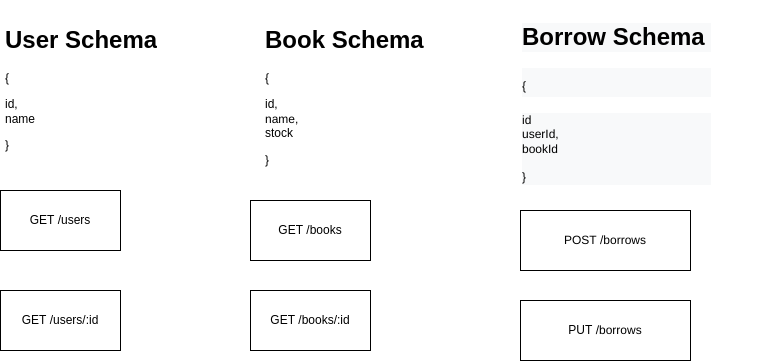
pramishacp/library-management-system keeps this draw.io diagram as docs/schema.png. Above is the earlier version. Source tidied: cells renumbered, new cells last; positions are measured from the earlier drawing's top-left corner, leaving out a move shared by most shapes.
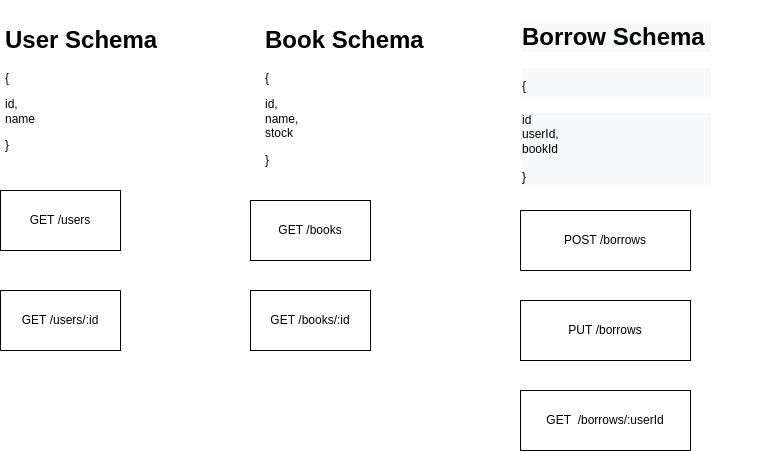
After the change.

Diff of the diagram source:
```diff
@@ -29,5 +29,8 @@
     <mxCell id="10" value="GET /books/:id" style="whiteSpace=wrap;html=1;" parent="1" vertex="1">
       <mxGeometry x="250" y="290" width="120" height="60" as="geometry" />
     </mxCell>
+    <mxCell id="11" value="GET&amp;nbsp; /borrows/:userId" style="whiteSpace=wrap;html=1;" parent="1" vertex="1">
+      <mxGeometry x="520" y="390" width="170" height="60" as="geometry" />
+    </mxCell>
   </root>
 </mxGraphModel>
```
